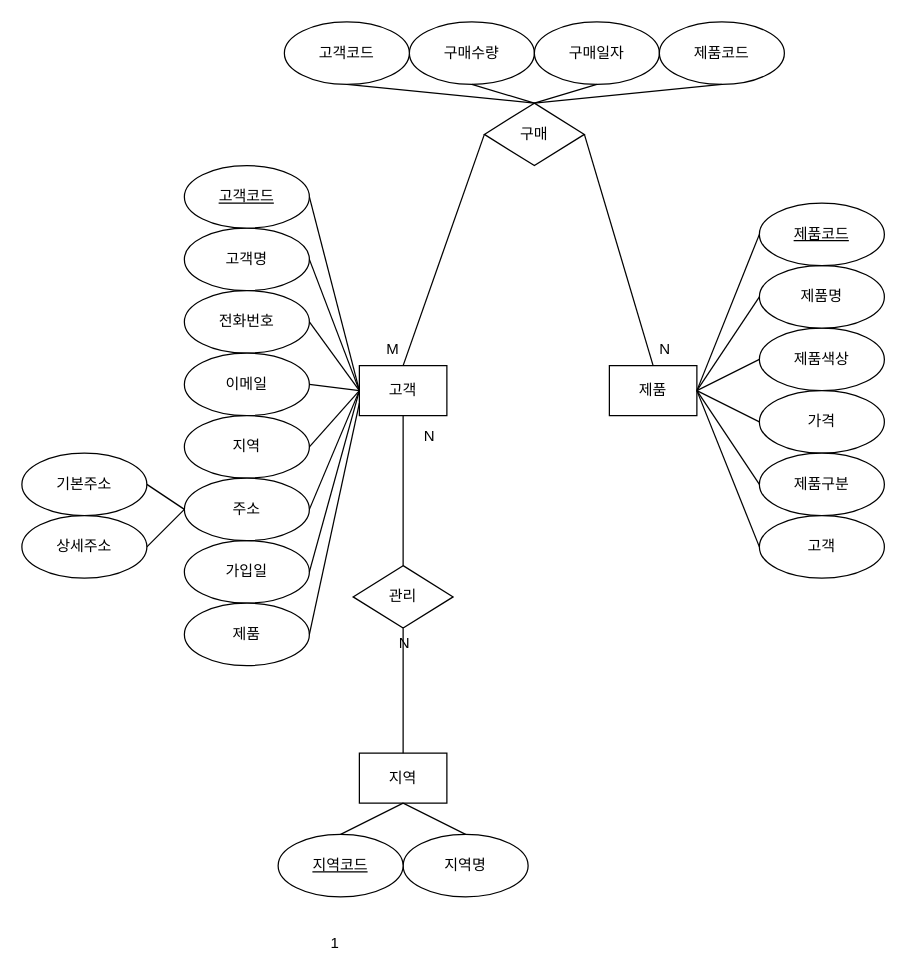
This is product.drawio from Eehnodu/DBStudy, a draw.io file, before an edit. Source tidied: cells renumbered, new cells numbered last; positions are measured from the earlier drawing's top-left corner, leaving out a move shared by most shapes. Both pictures are drawn from the tidied source at 125%, with x=0, y=0 at pixel (21, 21).
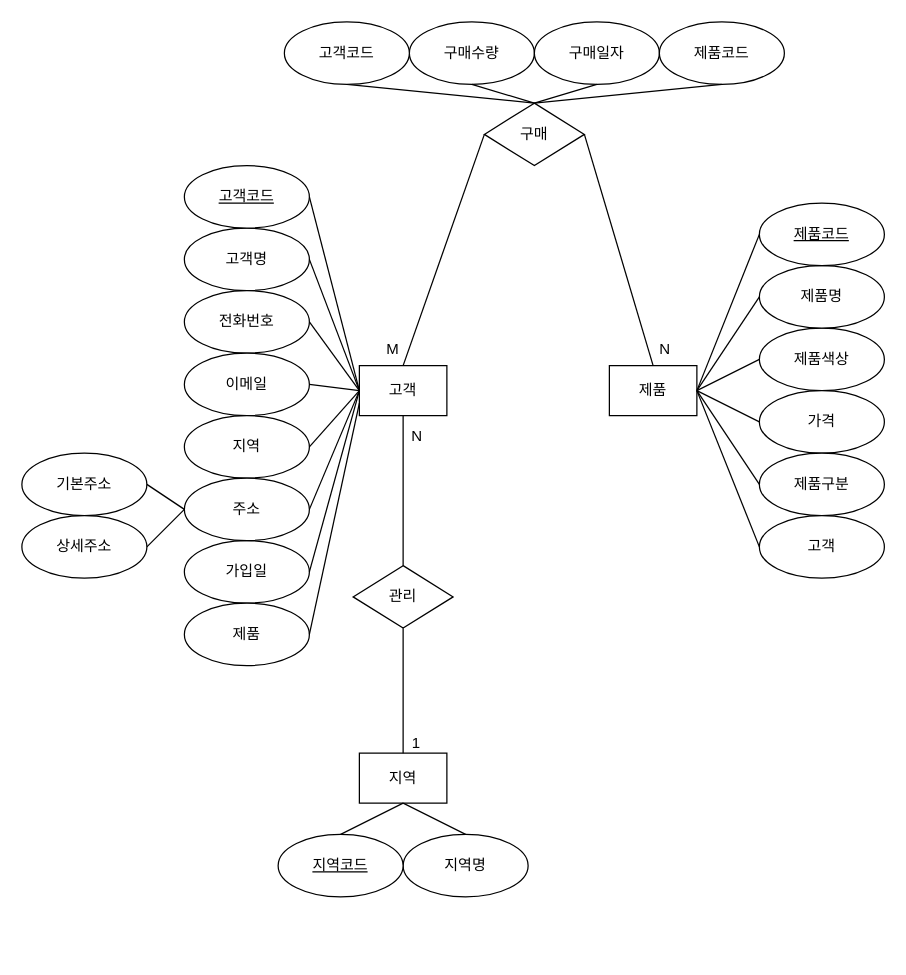
The same page after the edit.

The change refers to these unchanged cells:
```xml
<mxCell id="36" style="endArrow=none;html=1;rounded=0;entryX=0.5;entryY=0;entryDx=0;entryDy=0;exitX=0.5;exitY=1;exitDx=0;exitDy=0;" parent="1" edge="1" source="2" target="52">
  <mxGeometry relative="1" as="geometry" />
</mxCell>
<mxCell id="53" style="endArrow=none;html=1;rounded=0;entryX=0.5;entryY=0;entryDx=0;entryDy=0;exitX=0.5;exitY=1;exitDx=0;exitDy=0;" parent="1" edge="1" source="52" target="4">
  <mxGeometry relative="1" as="geometry" />
</mxCell>
```

What changed in the source:
```diff
@@
     <mxCell id="37" value="N" style="html=1;whiteSpace=wrap;align=left;verticalAlign=bottom;" parent="36" vertex="1">
       <mxGeometry x="-1" relative="1" as="geometry">
-        <mxPoint x="15" y="25" as="offset" />
+        <mxPoint x="5" y="25" as="offset" />
       </mxGeometry>
     </mxCell>
@@
-    <mxCell id="54" value="N" style="html=1;whiteSpace=wrap;align=left;verticalAlign=bottom;" parent="53" vertex="1">
-      <mxGeometry x="-1" relative="1" as="geometry">
-        <mxPoint x="-5" y="20" as="offset" />
-      </mxGeometry>
-    </mxCell>
     <mxCell id="55" value="1" style="html=1;whiteSpace=wrap;align=right;verticalAlign=bottom;" parent="53" vertex="1">
       <mxGeometry x="1" relative="1" as="geometry">
-        <mxPoint x="-50" y="160" as="offset" />
+        <mxPoint x="15" as="offset" />
       </mxGeometry>
     </mxCell>
```
